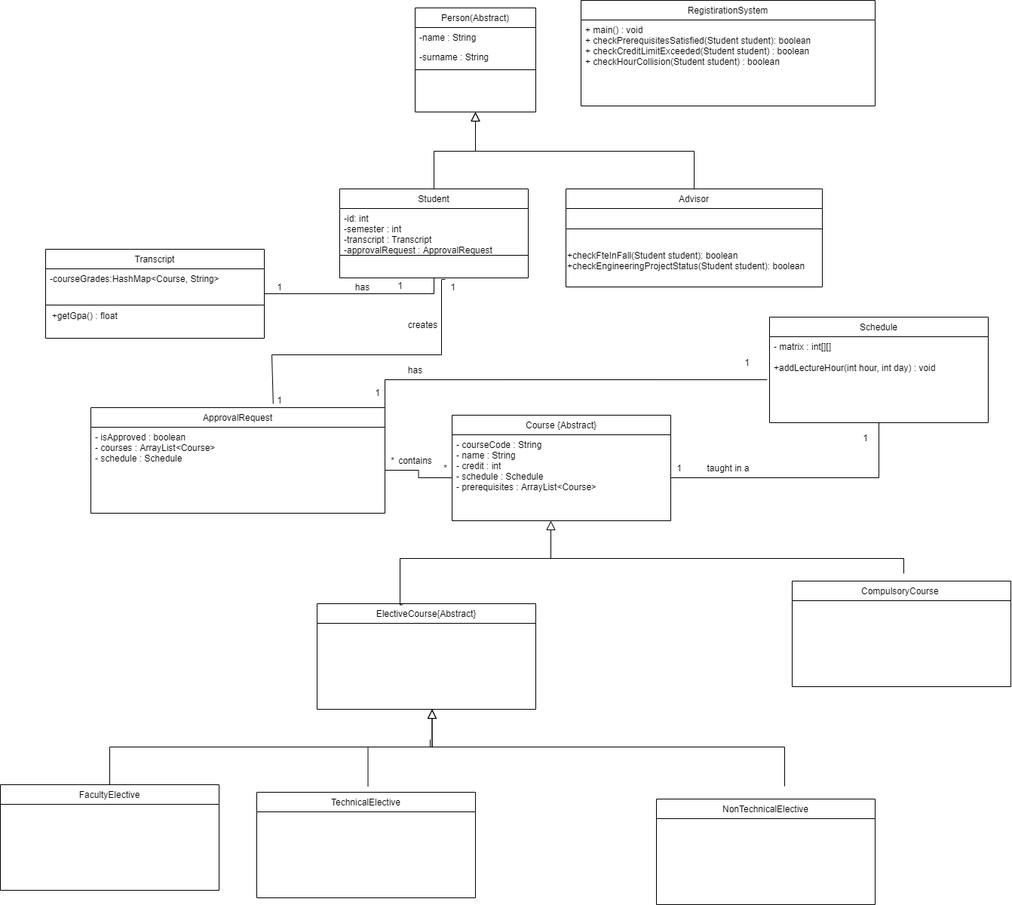
Above: iteration1/design/UML.drawio.png in cemanaral/CSE3063F21P1_GRP4 (draw.io), before the change. Source tidied: cells renumbered, new cells last; positions are measured from the earlier drawing's top-left corner, leaving out a move shared by most shapes.
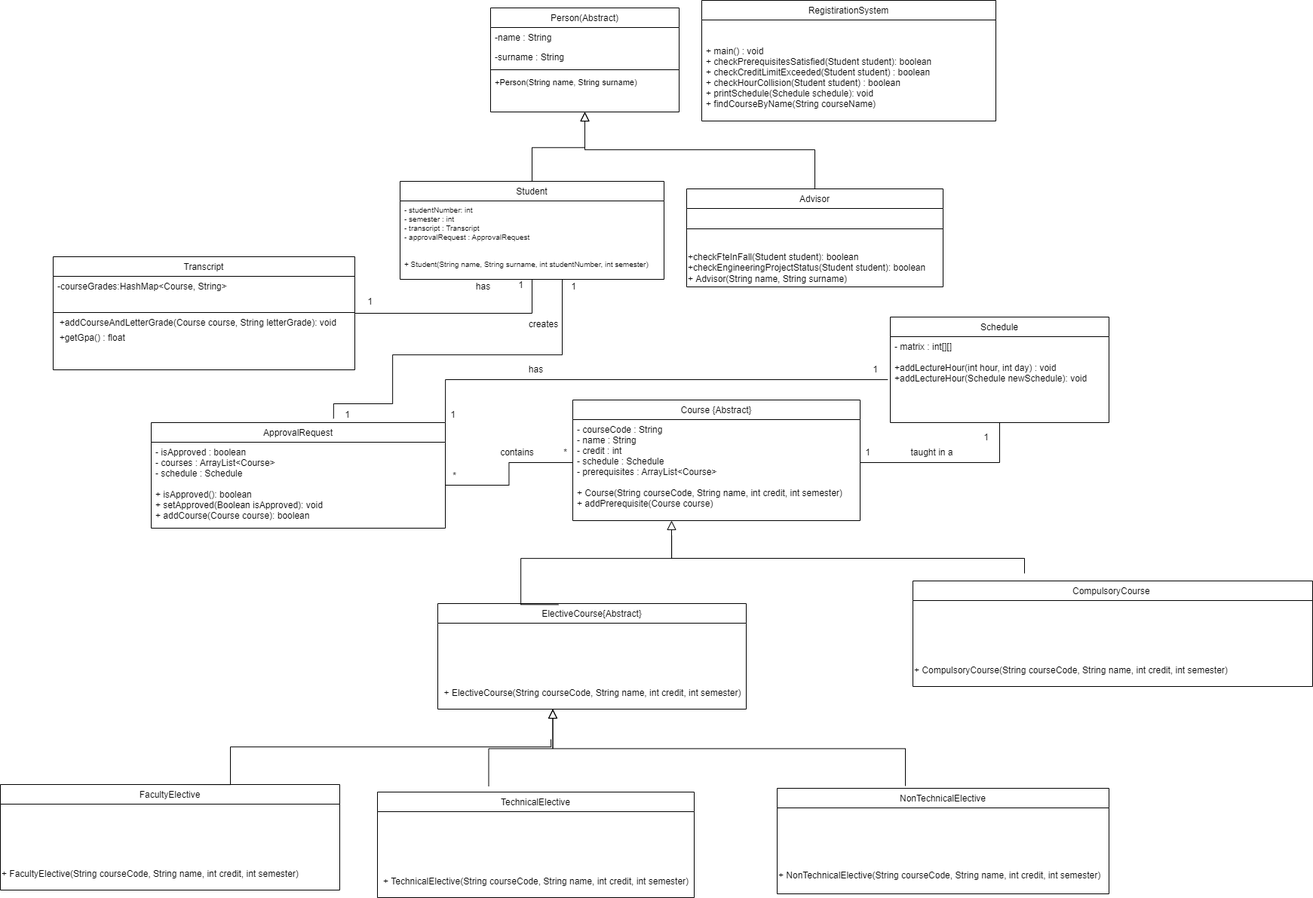
The same diagram one commit later.

Commit message:
edited contsructors, minor fixes to uml

Diff of the diagram source:
```diff
@@ -3,26 +3,26 @@
     <mxCell id="0" />
     <mxCell id="1" parent="0" />
     <mxCell id="2" value="Person(Abstract)" style="swimlane;fontStyle=0;align=center;verticalAlign=top;horizontal=1;startSize=26;rounded=0;shadow=0;strokeWidth=1;" parent="1" vertex="1">
-      <mxGeometry x="550" y="10" width="160" height="138" as="geometry" />
+      <mxGeometry x="490" y="10" width="250" height="138" as="geometry" />
     </mxCell>
     <mxCell id="3" value="-name : String" style="text;align=left;verticalAlign=top;spacingLeft=4;spacingRight=4;overflow=hidden;" parent="2" vertex="1">
-      <mxGeometry y="26" width="160" height="26" as="geometry" />
+      <mxGeometry y="26" width="250" height="26" as="geometry" />
     </mxCell>
     <mxCell id="4" value="-surname : String" style="text;align=left;verticalAlign=top;spacingLeft=4;spacingRight=4;overflow=hidden;rounded=0;shadow=0;html=0;" parent="2" vertex="1">
-      <mxGeometry y="52" width="160" height="26" as="geometry" />
+      <mxGeometry y="52" width="250" height="26" as="geometry" />
     </mxCell>
     <mxCell id="5" style="line;html=1;strokeWidth=1;align=left;verticalAlign=middle;spacingTop=-1;spacingLeft=3;spacingRight=3;labelPosition=right;" parent="2" vertex="1">
-      <mxGeometry y="78" width="160" height="8" as="geometry" />
+      <mxGeometry y="78" width="250" height="8" as="geometry" />
     </mxCell>
+    <mxCell id="56" value="+Person(String name, String surname)" style="text;align=left;verticalAlign=top;spacingLeft=4;spacingRight=4;overflow=hidden;rounded=0;shadow=0;html=0;fontSize=11;" parent="2" vertex="1">
+      <mxGeometry y="86" width="250" height="26" as="geometry" />
+    </mxCell>
     <mxCell id="6" value="Student" style="swimlane;fontStyle=0;align=center;verticalAlign=top;horizontal=1;startSize=26;rounded=0;shadow=0;strokeWidth=1;" parent="1" vertex="1">
-      <mxGeometry x="450" y="250" width="250" height="118" as="geometry" />
+      <mxGeometry x="370" y="240" width="350" height="130" as="geometry" />
     </mxCell>
-    <mxCell id="7" value="-id: int&#10;-semester : int&#10;-transcript : Transcript&#10;-approvalRequest : ApprovalRequest&#10;  " style="text;align=left;verticalAlign=top;spacingLeft=4;spacingRight=4;overflow=hidden;rounded=0;shadow=0;html=0;" parent="6" vertex="1">
-      <mxGeometry y="26" width="250" height="58" as="geometry" />
+    <mxCell id="7" value="- studentNumber: int&#10;- semester : int&#10;- transcript : Transcript&#10;- approvalRequest : ApprovalRequest&#10;&#10;&#10;+ Student(String name, String surname, int studentNumber, int semester)" style="text;align=left;verticalAlign=top;spacingLeft=4;spacingRight=4;overflow=hidden;rounded=0;shadow=0;html=0;fontSize=10;" parent="6" vertex="1">
+      <mxGeometry y="26" width="350" height="104" as="geometry" />
     </mxCell>
-    <mxCell id="8" style="line;html=1;strokeWidth=1;align=left;verticalAlign=middle;spacingTop=-1;spacingLeft=3;spacingRight=3;labelPosition=right;" parent="6" vertex="1">
-      <mxGeometry y="84" width="250" height="8" as="geometry" />
-    </mxCell>
     <mxCell id="9" style="endArrow=block;endSize=10;endFill=0;shadow=0;strokeWidth=1;rounded=0;edgeStyle=elbowEdgeStyle;elbow=vertical;" parent="1" edge="1" source="6" target="2">
       <mxGeometry relative="1" as="geometry" />
     </mxCell>
@@ -32,8 +32,8 @@
     <mxCell id="11" style="line;html=1;strokeWidth=1;align=left;verticalAlign=middle;spacingTop=-1;spacingLeft=3;spacingRight=3;labelPosition=right;" parent="10" vertex="1">
       <mxGeometry y="26" width="340" height="54" as="geometry" />
     </mxCell>
-    <mxCell id="12" value="+checkFteInFall(Student student): boolean&lt;br&gt;&lt;div&gt;&lt;span&gt;+checkEngineeringProjectStatus(Student student): boolean&lt;/span&gt;&lt;/div&gt;" style="text;html=1;align=left;verticalAlign=middle;strokeColor=none;fillColor=none;" parent="10" vertex="1">
-      <mxGeometry y="80" width="340" height="30" as="geometry" />
+    <mxCell id="12" value="+checkFteInFall(Student student): boolean&lt;br&gt;&lt;div&gt;&lt;span&gt;+checkEngineeringProjectStatus(Student student): boolean&lt;/span&gt;&lt;/div&gt;&lt;div&gt;&lt;span&gt;+ Advisor(String name, String surname)&lt;/span&gt;&lt;/div&gt;" style="text;html=1;align=left;verticalAlign=middle;strokeColor=none;fillColor=none;" parent="10" vertex="1">
+      <mxGeometry y="80" width="340" height="50" as="geometry" />
     </mxCell>
     <mxCell id="13" style="endArrow=block;endSize=10;endFill=0;shadow=0;strokeWidth=1;rounded=0;edgeStyle=elbowEdgeStyle;elbow=vertical;" parent="1" edge="1" source="10" target="2">
       <mxGeometry relative="1" as="geometry" />
@@ -42,38 +42,56 @@
       <mxGeometry relative="1" as="geometry" />
     </mxCell>
     <mxCell id="15" value="Transcript" style="swimlane;fontStyle=0;align=center;verticalAlign=top;horizontal=1;startSize=26;rounded=0;shadow=0;strokeWidth=1;" parent="1" vertex="1">
-      <mxGeometry x="60" y="330" width="290" height="118" as="geometry" />
+      <mxGeometry x="-90" y="340" width="400" height="150" as="geometry" />
     </mxCell>
     <mxCell id="16" value="-courseGrades:HashMap&lt;Course, String&gt;" style="text;align=left;verticalAlign=top;spacingLeft=4;spacingRight=4;overflow=hidden;rounded=0;shadow=0;html=0;" parent="15" vertex="1">
-      <mxGeometry y="26" width="290" height="44" as="geometry" />
+      <mxGeometry y="26" width="400" height="44" as="geometry" />
     </mxCell>
     <mxCell id="17" style="line;html=1;strokeWidth=1;align=left;verticalAlign=middle;spacingTop=-1;spacingLeft=3;spacingRight=3;labelPosition=right;" parent="15" vertex="1">
-      <mxGeometry y="70" width="290" height="8" as="geometry" />
+      <mxGeometry y="70" width="400" height="8" as="geometry" />
     </mxCell>
-    <mxCell id="18" value="&amp;nbsp; +getGpa() : float" style="text;html=1;align=left;verticalAlign=middle;strokeColor=none;fillColor=none;" parent="15" vertex="1">
-      <mxGeometry y="78" width="290" height="20" as="geometry" />
+    <mxCell id="18" value="&amp;nbsp; +addCourseAndLetterGrade(Course course, String letterGrade): void" style="text;html=1;align=left;verticalAlign=middle;strokeColor=none;fillColor=none;" parent="15" vertex="1">
+      <mxGeometry y="78" width="400" height="20" as="geometry" />
     </mxCell>
+    <mxCell id="57" value="&amp;nbsp; +getGpa() : float" style="text;html=1;align=left;verticalAlign=middle;strokeColor=none;fillColor=none;" parent="15" vertex="1">
+      <mxGeometry y="98" width="400" height="20" as="geometry" />
+    </mxCell>
     <mxCell id="19" value="Course {Abstract}" style="swimlane;fontStyle=0;align=center;verticalAlign=top;horizontal=1;startSize=26;rounded=0;shadow=0;strokeWidth=1;" parent="1" vertex="1">
-      <mxGeometry x="599" y="550" width="290" height="140" as="geometry" />
+      <mxGeometry x="599" y="530" width="381" height="160" as="geometry" />
     </mxCell>
-    <mxCell id="20" value="- courseCode : String&#10;- name : String&#10;- credit : int&#10;- schedule : Schedule&#10;- prerequisites : ArrayList&lt;Course&gt;" style="text;align=left;verticalAlign=top;spacingLeft=4;spacingRight=4;overflow=hidden;points=[[0,0.5],[1,0.5]];portConstraint=eastwest;rounded=0;shadow=0;html=0;" parent="19" vertex="1">
-      <mxGeometry y="26" width="290" height="114" as="geometry" />
+    <mxCell id="20" value="- courseCode : String&#10;- name : String&#10;- credit : int&#10;- schedule : Schedule&#10;- prerequisites : ArrayList&lt;Course&gt;&#10;&#10;+ Course(String courseCode, String name, int credit, int semester)&#10;+ addPrerequisite(Course course)" style="text;align=left;verticalAlign=top;spacingLeft=4;spacingRight=4;overflow=hidden;points=[[0,0.5],[1,0.5]];portConstraint=eastwest;rounded=0;shadow=0;html=0;" parent="19" vertex="1">
+      <mxGeometry y="26" width="381" height="114" as="geometry" />
     </mxCell>
     <mxCell id="21" value="ElectiveCourse{Abstract}" style="swimlane;fontStyle=0;align=center;verticalAlign=top;horizontal=1;startSize=26;rounded=0;shadow=0;strokeWidth=1;" parent="1" vertex="1">
-      <mxGeometry x="420" y="800" width="290" height="140" as="geometry" />
+      <mxGeometry x="420" y="800" width="409" height="140" as="geometry" />
     </mxCell>
+    <mxCell id="58" value="&lt;span style=&quot;font-family: &amp;#34;helvetica&amp;#34; ; font-size: 12px ; text-align: left&quot;&gt;&lt;br&gt;&lt;br&gt;&lt;br&gt;&lt;br&gt;&lt;br&gt;&lt;br&gt;+ ElectiveCourse(String courseCode, String name, int credit, int semester)&lt;/span&gt;" style="text;html=1;align=center;verticalAlign=middle;strokeColor=none;fillColor=none;fontSize=11;" parent="21" vertex="1">
+      <mxGeometry y="26" width="409" height="100" as="geometry" />
+    </mxCell>
     <mxCell id="22" value="CompulsoryCourse " style="swimlane;fontStyle=0;align=center;verticalAlign=top;horizontal=1;startSize=26;rounded=0;shadow=0;strokeWidth=1;" parent="1" vertex="1">
-      <mxGeometry x="1050" y="770" width="290" height="140" as="geometry" />
+      <mxGeometry x="1050" y="770" width="530" height="140" as="geometry" />
     </mxCell>
+    <mxCell id="59" value="&lt;span style=&quot;font-family: &amp;quot;helvetica&amp;quot; ; font-size: 12px&quot;&gt;&lt;br&gt;&lt;br&gt;&lt;br&gt;&lt;br&gt;&lt;br&gt;&lt;br&gt;&lt;div style=&quot;&quot;&gt;&lt;span&gt;+ CompulsoryCourse(String courseCode, String name, int credit, int semester)&lt;/span&gt;&lt;/div&gt;&lt;/span&gt;" style="text;html=1;align=left;verticalAlign=middle;strokeColor=none;fillColor=none;fontSize=11;" parent="22" vertex="1">
+      <mxGeometry y="26" width="530" height="100" as="geometry" />
+    </mxCell>
     <mxCell id="23" value="FacultyElective" style="swimlane;fontStyle=0;align=center;verticalAlign=top;horizontal=1;startSize=26;rounded=0;shadow=0;strokeWidth=1;" parent="1" vertex="1">
-      <mxGeometry y="1040" width="290" height="140" as="geometry" />
+      <mxGeometry x="-160" y="1040" width="450" height="140" as="geometry" />
     </mxCell>
+    <mxCell id="60" value="&lt;span style=&quot;font-family: &amp;#34;helvetica&amp;#34; ; font-size: 12px&quot;&gt;&lt;br&gt;&lt;br&gt;&lt;br&gt;&lt;br&gt;&lt;br&gt;&lt;br&gt;+ FacultyElective(String courseCode, String name, int credit, int semester)&lt;/span&gt;" style="text;html=1;align=left;verticalAlign=middle;strokeColor=none;fillColor=none;fontSize=11;" parent="23" vertex="1">
+      <mxGeometry y="26" width="450" height="100" as="geometry" />
+    </mxCell>
     <mxCell id="24" value="NonTechnicalElective" style="swimlane;fontStyle=0;align=center;verticalAlign=top;horizontal=1;startSize=26;rounded=0;shadow=0;strokeWidth=1;" parent="1" vertex="1">
-      <mxGeometry x="870" y="1059" width="290" height="140" as="geometry" />
+      <mxGeometry x="870" y="1045" width="440" height="140" as="geometry" />
     </mxCell>
+    <mxCell id="61" value="&lt;br&gt;&lt;br&gt;&lt;br&gt;&lt;br&gt;&lt;div&gt;&lt;font face=&quot;helvetica&quot;&gt;&lt;span style=&quot;font-size: 12px&quot;&gt;&lt;br&gt;&lt;/span&gt;&lt;/font&gt;&lt;/div&gt;&lt;div&gt;&lt;br&gt;&lt;/div&gt;&lt;div&gt;&lt;span style=&quot;font-size: 12px ; font-family: &amp;#34;helvetica&amp;#34;&quot;&gt;+ NonTechnicalElective(String courseCode, String name, int credit, int semester)&lt;/span&gt;&lt;/div&gt;" style="text;html=1;align=left;verticalAlign=middle;strokeColor=none;fillColor=none;fontSize=11;" parent="24" vertex="1">
+      <mxGeometry y="26" width="440" height="100" as="geometry" />
+    </mxCell>
     <mxCell id="25" value="TechnicalElective" style="swimlane;fontStyle=0;align=center;verticalAlign=top;horizontal=1;startSize=26;rounded=0;shadow=0;strokeWidth=1;" parent="1" vertex="1">
-      <mxGeometry x="340" y="1050" width="290" height="140" as="geometry" />
+      <mxGeometry x="340" y="1050" width="420" height="140" as="geometry" />
     </mxCell>
+    <mxCell id="62" value="&lt;span style=&quot;font-family: &amp;#34;helvetica&amp;#34; ; font-size: 12px ; text-align: left&quot;&gt;&lt;br&gt;&lt;br&gt;&lt;br&gt;&lt;br&gt;&lt;br&gt;&lt;br&gt;+ TechnicalElective(String courseCode, String name, int credit, int semester)&lt;/span&gt;" style="text;html=1;align=center;verticalAlign=middle;strokeColor=none;fillColor=none;fontSize=11;" parent="25" vertex="1">
+      <mxGeometry y="26" width="420" height="100" as="geometry" />
+    </mxCell>
     <mxCell id="26" style="endArrow=block;endSize=10;endFill=0;shadow=0;strokeWidth=1;rounded=0;edgeStyle=elbowEdgeStyle;elbow=vertical;" parent="1" edge="1">
       <mxGeometry relative="1" as="geometry">
         <mxPoint x="487.5" y="1042" as="sourcePoint" />
@@ -116,13 +134,13 @@
       </mxGeometry>
     </mxCell>
     <mxCell id="31" value="RegistirationSystem" style="swimlane;fontStyle=0;align=center;verticalAlign=top;horizontal=1;startSize=26;rounded=0;shadow=0;strokeWidth=1;" parent="1" vertex="1">
-      <mxGeometry x="770" width="390" height="140" as="geometry" />
+      <mxGeometry x="770" width="390" height="160" as="geometry" />
     </mxCell>
-    <mxCell id="32" value="+ main() : void&#10;+ checkPrerequisitesSatisfied(Student student): boolean&#10;+ checkCreditLimitExceeded(Student student) : boolean&#10;+ checkHourCollision(Student student) : boolean" style="text;align=left;verticalAlign=top;spacingLeft=4;spacingRight=4;overflow=hidden;rounded=0;shadow=0;html=0;" parent="31" vertex="1">
-      <mxGeometry y="26" width="390" height="114" as="geometry" />
+    <mxCell id="32" value="&#10;&#10;+ main() : void&#10;+ checkPrerequisitesSatisfied(Student student): boolean&#10;+ checkCreditLimitExceeded(Student student) : boolean&#10;+ checkHourCollision(Student student) : boolean&#10;+ printSchedule(Schedule schedule): void&#10;+ findCourseByName(String courseName)" style="text;align=left;verticalAlign=top;spacingLeft=4;spacingRight=4;overflow=hidden;rounded=0;shadow=0;html=0;" parent="31" vertex="1">
+      <mxGeometry y="26" width="390" height="134" as="geometry" />
     </mxCell>
     <mxCell id="33" value="1" style="text;html=1;align=center;verticalAlign=middle;strokeColor=none;fillColor=none;" parent="1" vertex="1">
-      <mxGeometry x="360" y="370" width="20" height="20" as="geometry" />
+      <mxGeometry x="320" y="390" width="20" height="20" as="geometry" />
     </mxCell>
     <mxCell id="34" value="1" style="text;html=1;align=center;verticalAlign=middle;strokeColor=none;fillColor=none;" parent="1" vertex="1">
       <mxGeometry x="520" y="368" width="20" height="20" as="geometry" />
@@ -136,16 +154,16 @@
     <mxCell id="37" value="Schedule" style="swimlane;fontStyle=0;align=center;verticalAlign=top;horizontal=1;startSize=26;rounded=0;shadow=0;strokeWidth=1;" parent="1" vertex="1">
       <mxGeometry x="1020" y="420" width="290" height="140" as="geometry" />
     </mxCell>
-    <mxCell id="38" value="- matrix : int[][]&#10; &#10;+addLectureHour(int hour, int day) : void" style="text;align=left;verticalAlign=top;spacingLeft=4;spacingRight=4;overflow=hidden;points=[[0,0.5],[1,0.5]];portConstraint=eastwest;rounded=0;shadow=0;html=0;" parent="37" vertex="1">
+    <mxCell id="38" value="- matrix : int[][]&#10; &#10;+addLectureHour(int hour, int day) : void&#10;+addLectureHour(Schedule newSchedule): void" style="text;align=left;verticalAlign=top;spacingLeft=4;spacingRight=4;overflow=hidden;points=[[0,0.5],[1,0.5]];portConstraint=eastwest;rounded=0;shadow=0;html=0;" parent="37" vertex="1">
       <mxGeometry y="26" width="290" height="64" as="geometry" />
     </mxCell>
     <mxCell id="39" style="edgeStyle=orthogonalEdgeStyle;rounded=0;jettySize=auto;html=1;exitX=1;exitY=0;exitDx=0;exitDy=0;entryX=-0.011;entryY=0.891;entryDx=0;entryDy=0;entryPerimeter=0;endArrow=none;endFill=0;" parent="1" edge="1" source="40" target="38">
       <mxGeometry relative="1" as="geometry" />
     </mxCell>
     <mxCell id="40" value="ApprovalRequest" style="swimlane;fontStyle=0;align=center;verticalAlign=top;horizontal=1;startSize=26;rounded=0;shadow=0;strokeWidth=1;" parent="1" vertex="1">
-      <mxGeometry x="120" y="540" width="390" height="140" as="geometry" />
+      <mxGeometry x="40" y="560" width="390" height="140" as="geometry" />
     </mxCell>
-    <mxCell id="41" value="- isApproved : boolean&#10;- courses : ArrayList&lt;Course&gt;&#10;- schedule : Schedule" style="text;align=left;verticalAlign=top;spacingLeft=4;spacingRight=4;overflow=hidden;points=[[0,0.5],[1,0.5]];portConstraint=eastwest;rounded=0;shadow=0;html=0;" parent="40" vertex="1">
+    <mxCell id="41" value="- isApproved : boolean&#10;- courses : ArrayList&lt;Course&gt;&#10;- schedule : Schedule&#10;&#10;+ isApproved(): boolean&#10;+ setApproved(Boolean isApproved): void&#10;+ addCourse(Course course): boolean" style="text;align=left;verticalAlign=top;spacingLeft=4;spacingRight=4;overflow=hidden;points=[[0,0.5],[1,0.5]];portConstraint=eastwest;rounded=0;shadow=0;html=0;" parent="40" vertex="1">
       <mxGeometry y="26" width="390" height="114" as="geometry" />
     </mxCell>
     <mxCell id="42" style="edgeStyle=orthogonalEdgeStyle;rounded=0;jettySize=auto;html=1;endArrow=none;endFill=0;exitX=0.62;exitY=-0.038;exitDx=0;exitDy=0;exitPerimeter=0;" parent="1" edge="1" source="40">
@@ -165,34 +183,34 @@
       <mxGeometry x="590" y="370" width="20" height="20" as="geometry" />
     </mxCell>
     <mxCell id="45" value="1" style="text;html=1;align=center;verticalAlign=middle;strokeColor=none;fillColor=none;" parent="1" vertex="1">
-      <mxGeometry x="360" y="520" width="20" height="20" as="geometry" />
+      <mxGeometry x="290" y="540" width="20" height="20" as="geometry" />
     </mxCell>
     <mxCell id="46" value="creates" style="text;html=1;align=center;verticalAlign=middle;strokeColor=none;fillColor=none;" parent="1" vertex="1">
       <mxGeometry x="535" y="420" width="50" height="20" as="geometry" />
     </mxCell>
     <mxCell id="47" value="1" style="text;html=1;align=center;verticalAlign=middle;strokeColor=none;fillColor=none;" parent="1" vertex="1">
-      <mxGeometry x="980" y="470" width="20" height="20" as="geometry" />
+      <mxGeometry x="990" y="480" width="20" height="20" as="geometry" />
     </mxCell>
     <mxCell id="48" value="1" style="text;html=1;align=center;verticalAlign=middle;strokeColor=none;fillColor=none;" parent="1" vertex="1">
-      <mxGeometry x="490" y="510" width="20" height="20" as="geometry" />
+      <mxGeometry x="430" y="540" width="20" height="20" as="geometry" />
     </mxCell>
     <mxCell id="49" value="has" style="text;html=1;align=center;verticalAlign=middle;strokeColor=none;fillColor=none;" parent="1" vertex="1">
       <mxGeometry x="535" y="480" width="30" height="20" as="geometry" />
     </mxCell>
     <mxCell id="50" value="*" style="text;html=1;align=center;verticalAlign=middle;strokeColor=none;fillColor=none;" parent="1" vertex="1">
-      <mxGeometry x="510" y="600" width="20" height="20" as="geometry" />
+      <mxGeometry x="432" y="621" width="20" height="20" as="geometry" />
     </mxCell>
     <mxCell id="51" value="*" style="text;html=1;align=center;verticalAlign=middle;strokeColor=none;fillColor=none;" parent="1" vertex="1">
-      <mxGeometry x="580" y="610" width="20" height="20" as="geometry" />
+      <mxGeometry x="579" y="590" width="20" height="20" as="geometry" />
     </mxCell>
     <mxCell id="52" value="contains" style="text;html=1;align=center;verticalAlign=middle;strokeColor=none;fillColor=none;" parent="1" vertex="1">
-      <mxGeometry x="520" y="600" width="60" height="20" as="geometry" />
+      <mxGeometry x="495" y="590" width="60" height="20" as="geometry" />
     </mxCell>
     <mxCell id="53" value="taught in a" style="text;html=1;align=center;verticalAlign=middle;strokeColor=none;fillColor=none;" parent="1" vertex="1">
-      <mxGeometry x="930" y="610" width="70" height="20" as="geometry" />
+      <mxGeometry x="1040" y="590" width="70" height="20" as="geometry" />
     </mxCell>
     <mxCell id="54" value="1" style="text;html=1;align=center;verticalAlign=middle;strokeColor=none;fillColor=none;" parent="1" vertex="1">
-      <mxGeometry x="890" y="610" width="20" height="20" as="geometry" />
+      <mxGeometry x="980" y="590" width="20" height="20" as="geometry" />
     </mxCell>
     <mxCell id="55" value="1" style="text;html=1;align=center;verticalAlign=middle;strokeColor=none;fillColor=none;" parent="1" vertex="1">
       <mxGeometry x="1137" y="570" width="20" height="20" as="geometry" />
```
